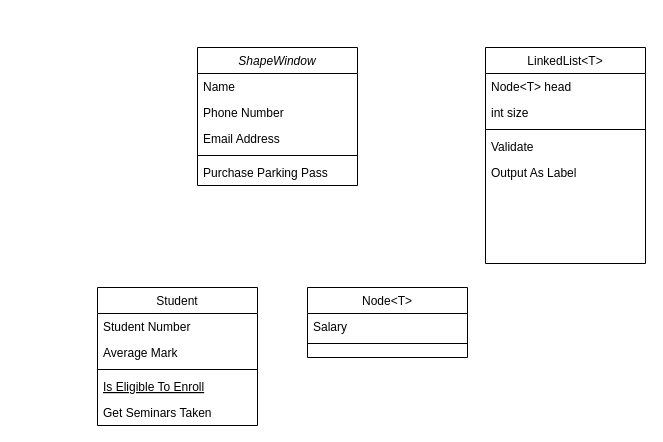
This is Project5_UML.drawio from joshuap00/Prj5_UML, a draw.io file, before an edit. Source tidied: cells renumbered, new cells numbered last; positions are measured from the earlier drawing's top-left corner, leaving out a move shared by most shapes. Both pictures are drawn from the tidied source at 100%, with x=0, y=0 at pixel (97, 47).
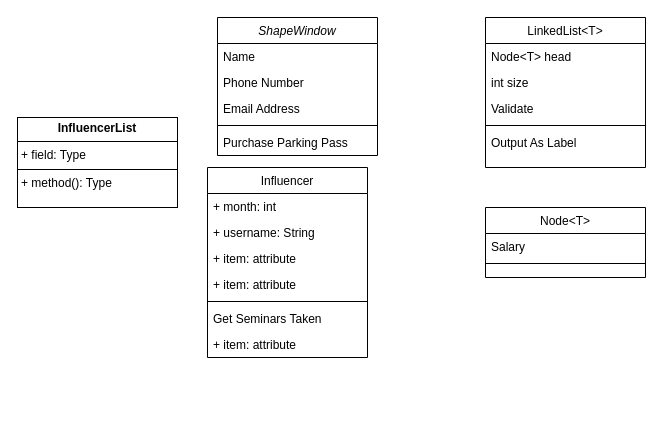
Above is the later version.

Diff of the diagram source:
```diff
@@
     <mxCell id="2" value="ShapeWindow" style="swimlane;fontStyle=2;align=center;verticalAlign=top;horizontal=1;startSize=26;rounded=0;shadow=0;strokeWidth=1;" parent="1" vertex="1">
-      <mxGeometry x="100" width="160" height="138" as="geometry" />
+      <mxGeometry x="120" y="-30" width="160" height="138" as="geometry" />
     </mxCell>
@@
-    <mxCell id="8" value="Student" style="swimlane;fontStyle=0;align=center;verticalAlign=top;horizontal=1;startSize=26;rounded=0;shadow=0;strokeWidth=1;" parent="1" vertex="1">
-      <mxGeometry y="240" width="160" height="138" as="geometry" />
+    <mxCell id="8" value="Influencer" style="swimlane;fontStyle=0;align=center;verticalAlign=top;horizontal=1;startSize=26;rounded=0;shadow=0;strokeWidth=1;" parent="1" vertex="1">
+      <mxGeometry x="110" y="120" width="160" height="190" as="geometry" />
     </mxCell>
-    <mxCell id="9" value="Student Number" style="text;align=left;verticalAlign=top;spacingLeft=4;spacingRight=4;overflow=hidden;" parent="8" vertex="1">
-      <mxGeometry y="26" width="160" height="26" as="geometry" />
-    </mxCell>
-    <mxCell id="10" value="Average Mark" style="text;align=left;verticalAlign=top;spacingLeft=4;spacingRight=4;overflow=hidden;rounded=0;shadow=0;html=0;" parent="8" vertex="1">
-      <mxGeometry y="52" width="160" height="26" as="geometry" />
+    <mxCell id="10" value="+ month: int" style="text;align=left;verticalAlign=top;spacingLeft=4;spacingRight=4;overflow=hidden;rounded=0;shadow=0;html=0;" parent="8" vertex="1">
+      <mxGeometry y="26" width="160" height="26" as="geometry" />
     </mxCell>
+    <mxCell id="23" value="+ username: String" style="text;strokeColor=none;fillColor=none;align=left;verticalAlign=top;spacingLeft=4;spacingRight=4;overflow=hidden;whiteSpace=wrap;html=1;" parent="8" vertex="1">
+      <mxGeometry y="52" width="160" height="26" as="geometry" />
+    </mxCell>
+    <mxCell id="24" value="+ item: attribute" style="text;strokeColor=none;fillColor=none;align=left;verticalAlign=top;spacingLeft=4;spacingRight=4;overflow=hidden;whiteSpace=wrap;html=1;" parent="8" vertex="1">
+      <mxGeometry y="78" width="160" height="26" as="geometry" />
+    </mxCell>
+    <mxCell id="25" value="+ item: attribute" style="text;strokeColor=none;fillColor=none;align=left;verticalAlign=top;spacingLeft=4;spacingRight=4;overflow=hidden;whiteSpace=wrap;html=1;" parent="8" vertex="1">
+      <mxGeometry y="104" width="160" height="26" as="geometry" />
+    </mxCell>
     <mxCell id="11" style="line;html=1;strokeWidth=1;align=left;verticalAlign=middle;spacingTop=-1;spacingLeft=3;spacingRight=3;labelPosition=right;" parent="8" vertex="1">
-      <mxGeometry y="78" width="160" height="8" as="geometry" />
+      <mxGeometry y="130" width="160" height="8" as="geometry" />
     </mxCell>
-    <mxCell id="12" value="Is Eligible To Enroll" style="text;align=left;verticalAlign=top;spacingLeft=4;spacingRight=4;overflow=hidden;fontStyle=4;" parent="8" vertex="1">
-      <mxGeometry y="86" width="160" height="26" as="geometry" />
-    </mxCell>
     <mxCell id="13" value="Get Seminars Taken" style="text;align=left;verticalAlign=top;spacingLeft=4;spacingRight=4;overflow=hidden;" parent="8" vertex="1">
-      <mxGeometry y="112" width="160" height="26" as="geometry" />
+      <mxGeometry y="138" width="160" height="26" as="geometry" />
     </mxCell>
+    <mxCell id="26" value="+ item: attribute" style="text;strokeColor=none;fillColor=none;align=left;verticalAlign=top;spacingLeft=4;spacingRight=4;overflow=hidden;whiteSpace=wrap;html=1;" parent="8" vertex="1">
+      <mxGeometry y="164" width="160" height="26" as="geometry" />
+    </mxCell>
     <mxCell id="14" value="Node&lt;T&gt;" style="swimlane;fontStyle=0;align=center;verticalAlign=top;horizontal=1;startSize=26;rounded=0;shadow=0;strokeWidth=1;" parent="1" vertex="1">
-      <mxGeometry x="210" y="240" width="160" height="70" as="geometry" />
+      <mxGeometry x="388" y="160" width="160" height="70" as="geometry" />
     </mxCell>
@@
     <mxCell id="17" value="LinkedList&lt;T&gt;" style="swimlane;fontStyle=0;align=center;verticalAlign=top;horizontal=1;startSize=26;rounded=0;shadow=0;strokeWidth=1;" parent="1" vertex="1">
-      <mxGeometry x="388" width="160" height="216" as="geometry" />
+      <mxGeometry x="388" y="-30" width="160" height="150" as="geometry" />
     </mxCell>
@@
-    <mxCell id="19" value="int size" style="text;align=left;verticalAlign=top;spacingLeft=4;spacingRight=4;overflow=hidden;rounded=0;shadow=0;html=0;" parent="17" vertex="1">
+    <mxCell id="19" value="int size&#10;" style="text;align=left;verticalAlign=top;spacingLeft=4;spacingRight=4;overflow=hidden;rounded=0;shadow=0;html=0;" parent="17" vertex="1">
       <mxGeometry y="52" width="160" height="26" as="geometry" />
     </mxCell>
+    <mxCell id="21" value="Validate" style="text;align=left;verticalAlign=top;spacingLeft=4;spacingRight=4;overflow=hidden;" parent="17" vertex="1">
+      <mxGeometry y="78" width="160" height="26" as="geometry" />
+    </mxCell>
     <mxCell id="20" style="line;html=1;strokeWidth=1;align=left;verticalAlign=middle;spacingTop=-1;spacingLeft=3;spacingRight=3;labelPosition=right;" parent="17" vertex="1">
-      <mxGeometry y="78" width="160" height="8" as="geometry" />
+      <mxGeometry y="104" width="160" height="8" as="geometry" />
     </mxCell>
-    <mxCell id="21" value="Validate" style="text;align=left;verticalAlign=top;spacingLeft=4;spacingRight=4;overflow=hidden;" parent="17" vertex="1">
-      <mxGeometry y="86" width="160" height="26" as="geometry" />
-    </mxCell>
@@
+    <mxCell id="27" value="&lt;p style=&quot;margin:0px;margin-top:4px;text-align:center;&quot;&gt;&lt;b&gt;InfluencerList&lt;/b&gt;&lt;/p&gt;&lt;hr size=&quot;1&quot; style=&quot;border-style:solid;&quot;&gt;&lt;p style=&quot;margin:0px;margin-left:4px;&quot;&gt;+ field: Type&lt;/p&gt;&lt;hr size=&quot;1&quot; style=&quot;border-style:solid;&quot;&gt;&lt;p style=&quot;margin:0px;margin-left:4px;&quot;&gt;+ method(): Type&lt;/p&gt;" style="verticalAlign=top;align=left;overflow=fill;html=1;whiteSpace=wrap;" parent="1" vertex="1">
+      <mxGeometry x="-80" y="70" width="160" height="90" as="geometry" />
+    </mxCell>
```
